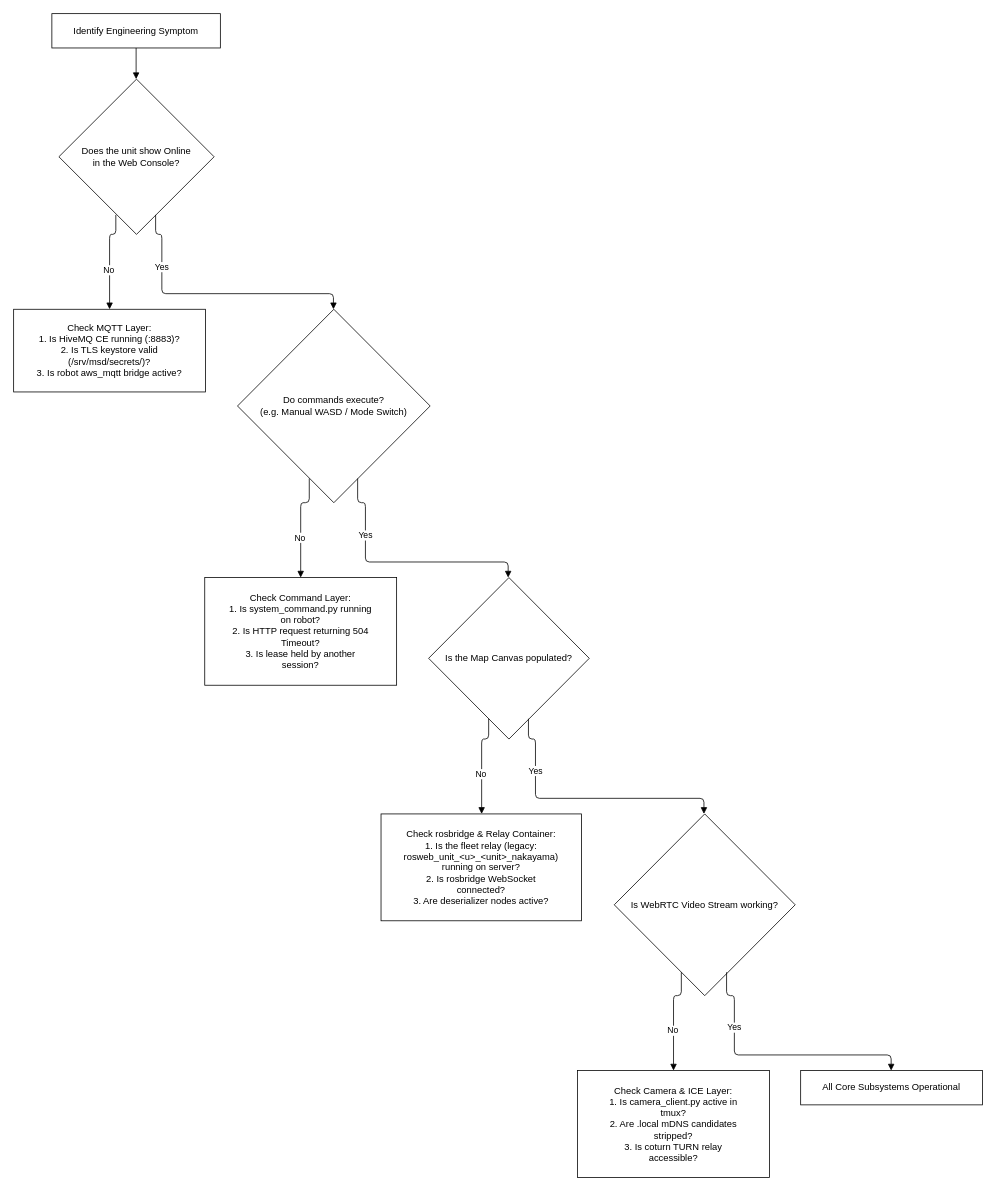
Before: docs/development/diagrams/troubleshooting-guide-systematic-diagnostic-flowchart.drawio in itbdelaboprogramming/msd700_documentation, a draw.io diagram. Source tidied: cells renumbered, new cells numbered last; positions are measured from the earlier drawing's top-left corner, leaving out a move shared by most shapes. Both pictures are drawn from the tidied source at 78%, with x=0, y=0 at pixel (13, 13).
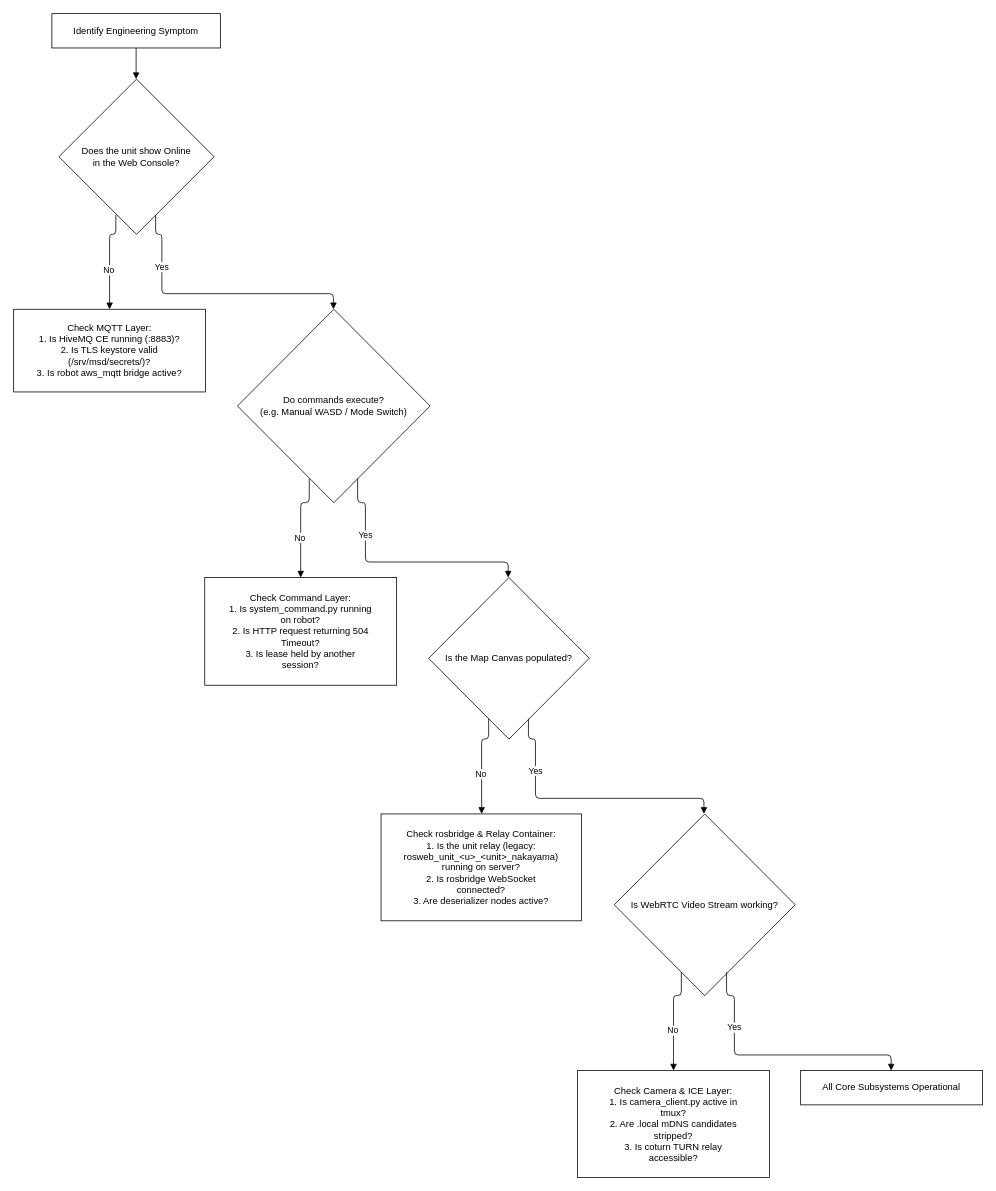
The same diagram, later.

The edit, as a diff of the source:
```diff
@@
-    <mxCell id="8" value="Check rosbridge &amp;amp; Relay Container:&lt;br&gt;1. Is the fleet relay (legacy:&lt;br&gt;rosweb_unit_&amp;lt;u&amp;gt;_&amp;lt;unit&amp;gt;_nakayama)&lt;br&gt;running on server?&lt;br&gt;2. Is rosbridge WebSocket&lt;br&gt;connected?&lt;br&gt;3. Are deserializer nodes active?" style="html=1;whiteSpace=wrap;fillColor=#ffffff;strokeColor=#000000;rounded=0;fontFamily=Helvetica;fontSize=12;fontColor=#000000;" parent="1" vertex="1">
+    <mxCell id="8" value="Check rosbridge &amp;amp; Relay Container:&lt;br&gt;1. Is the unit relay (legacy:&lt;br&gt;rosweb_unit_&amp;lt;u&amp;gt;_&amp;lt;unit&amp;gt;_nakayama)&lt;br&gt;running on server?&lt;br&gt;2. Is rosbridge WebSocket&lt;br&gt;connected?&lt;br&gt;3. Are deserializer nodes active?" style="html=1;whiteSpace=wrap;fillColor=#ffffff;strokeColor=#000000;rounded=0;fontFamily=Helvetica;fontSize=12;fontColor=#000000;" parent="1" vertex="1">
       <mxGeometry x="471" y="1026" width="257" height="137" as="geometry" />
     </mxCell>
```
